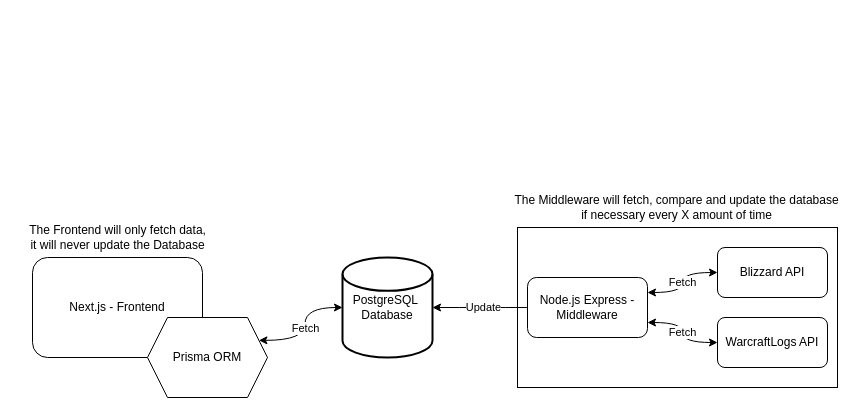
This is page "high-level-architecture" (1 of 2) of assets/diagrams.drawio from equix1/wow-info, a draw.io file, before an edit. Source tidied: cells renumbered, new cells numbered last; positions are measured from the earlier drawing's top-left corner, leaving out a move shared by most shapes. Both pictures are drawn from the tidied source at 100%, with x=0, y=0 at pixel (17, 187).
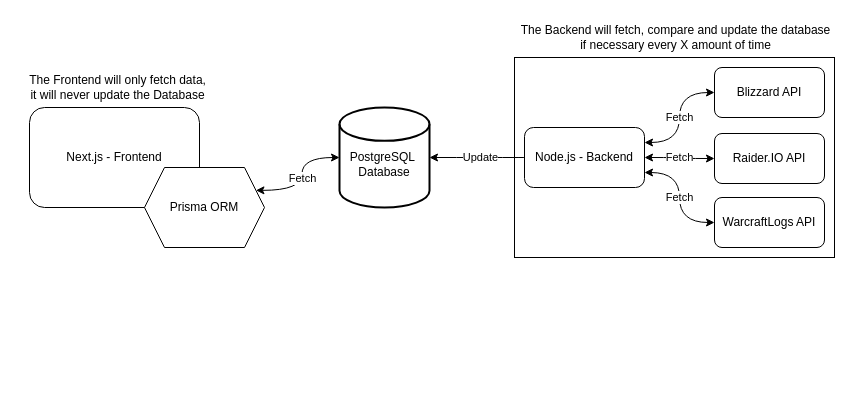
After the change.

The edit, as a diff of the source:
```diff
@@
 <mxGraphModel>
   <root>
     <mxCell id="0" />
     <mxCell id="1" parent="0" />
-    <mxCell id="2" value="PostgreSQL&amp;nbsp;&lt;br&gt;Database" style="strokeWidth=2;html=1;shape=mxgraph.flowchart.database;whiteSpace=wrap;" parent="1" vertex="1">
-      <mxGeometry x="325" y="70" width="90" height="100" as="geometry" />
+    <mxCell id="2" value="&lt;div&gt;&lt;br&gt;&lt;/div&gt;PostgreSQL&amp;nbsp;&lt;br&gt;Database" style="strokeWidth=2;html=1;shape=mxgraph.flowchart.database;whiteSpace=wrap;" parent="1" vertex="1">
+      <mxGeometry x="322" y="-80" width="90" height="100" as="geometry" />
     </mxCell>
     <mxCell id="3" value="Next.js - Frontend" style="rounded=1;whiteSpace=wrap;html=1;" parent="1" vertex="1">
-      <mxGeometry x="15" y="70" width="170" height="100" as="geometry" />
+      <mxGeometry x="12" y="-80" width="170" height="100" as="geometry" />
     </mxCell>
-    <mxCell id="4" style="rounded=0;whiteSpace=wrap;html=1;" parent="1" vertex="1">
-      <mxGeometry x="500" y="40" width="320" height="160" as="geometry" />
-    </mxCell>
+    <mxCell id="16" style="rounded=0;whiteSpace=wrap;html=1;" parent="1" vertex="1">
+      <mxGeometry x="497" y="-130" width="320" height="200" as="geometry" />
+    </mxCell>
-    <mxCell id="5" value="Fetch" style="edgeStyle=orthogonalEdgeStyle;rounded=0;jettySize=auto;html=1;exitX=1;exitY=0.25;exitDx=0;exitDy=0;entryX=0;entryY=0.5;entryDx=0;entryDy=0;curved=1;startArrow=classic;startFill=1;" parent="1" edge="1" source="7" target="8">
+    <mxCell id="5" value="Fetch" style="edgeStyle=orthogonalEdgeStyle;rounded=0;jettySize=auto;html=1;exitX=1;exitY=0.25;exitDx=0;exitDy=0;entryX=0;entryY=0.5;entryDx=0;entryDy=0;curved=1;startArrow=classic;startFill=1;" parent="1" edge="1" source="17" target="8">
       <mxGeometry relative="1" as="geometry" />
     </mxCell>
-    <mxCell id="6" value="Fetch" style="edgeStyle=orthogonalEdgeStyle;rounded=0;jettySize=auto;html=1;exitX=1;exitY=0.75;exitDx=0;exitDy=0;entryX=0;entryY=0.5;entryDx=0;entryDy=0;curved=1;startArrow=classic;startFill=1;" parent="1" edge="1" source="7" target="9">
+    <mxCell id="6" value="Fetch" style="edgeStyle=orthogonalEdgeStyle;rounded=0;jettySize=auto;html=1;exitX=1;exitY=0.75;exitDx=0;exitDy=0;entryX=0;entryY=0.5;entryDx=0;entryDy=0;curved=1;startArrow=classic;startFill=1;" parent="1" edge="1" source="17" target="9">
       <mxGeometry relative="1" as="geometry" />
     </mxCell>
-    <mxCell id="7" value="Node.js Express - Middleware" style="rounded=1;whiteSpace=wrap;html=1;" parent="1" vertex="1">
-      <mxGeometry x="510" y="90" width="120" height="60" as="geometry" />
-    </mxCell>
+    <mxCell id="17" value="Node.js - Backend" style="rounded=1;whiteSpace=wrap;html=1;" parent="1" vertex="1">
+      <mxGeometry x="507" y="-60" width="120" height="60" as="geometry" />
+    </mxCell>
     <mxCell id="8" value="Blizzard API" style="rounded=1;whiteSpace=wrap;html=1;" parent="1" vertex="1">
-      <mxGeometry x="700" y="60" width="110" height="50" as="geometry" />
+      <mxGeometry x="697" y="-120" width="110" height="50" as="geometry" />
     </mxCell>
     <mxCell id="9" value="WarcraftLogs API" style="rounded=1;whiteSpace=wrap;html=1;" parent="1" vertex="1">
-      <mxGeometry x="700" y="130" width="110" height="50" as="geometry" />
+      <mxGeometry x="697" y="10" width="110" height="50" as="geometry" />
     </mxCell>
-    <mxCell id="10" style="edgeStyle=orthogonalEdgeStyle;rounded=0;jettySize=auto;html=1;exitX=0;exitY=0.5;exitDx=0;exitDy=0;entryX=1;entryY=0.5;entryDx=0;entryDy=0;entryPerimeter=0;curved=1;" parent="1" edge="1" source="7" target="2">
-      <mxGeometry relative="1" as="geometry" />
-    </mxCell>
+    <mxCell id="18" style="edgeStyle=orthogonalEdgeStyle;rounded=0;jettySize=auto;html=1;exitX=0;exitY=0.5;exitDx=0;exitDy=0;entryX=1;entryY=0.5;entryDx=0;entryDy=0;entryPerimeter=0;curved=1;" parent="1" edge="1" source="17" target="2">
+      <mxGeometry relative="1" as="geometry" />
+    </mxCell>
-    <mxCell id="11" value="Update" style="edgeLabel;html=1;align=center;verticalAlign=middle;" parent="10" vertex="1">
+    <mxCell id="11" value="Update" style="edgeLabel;html=1;align=center;verticalAlign=middle;" parent="18" vertex="1">
       <mxGeometry x="-0.06" y="-1" relative="1" as="geometry" />
     </mxCell>
-    <mxCell id="12" value="The Middleware will fetch, compare and update the database &lt;br&gt;if necessary every X amount of time" style="text;html=1;align=center;verticalAlign=middle;strokeColor=none;fillColor=none;" parent="1" vertex="1">
-      <mxGeometry x="484" width="350" height="40" as="geometry" />
-    </mxCell>
+    <mxCell id="19" value="The Backend will fetch, compare and update the database &lt;br&gt;if necessary every X amount of time" style="text;html=1;align=center;verticalAlign=middle;strokeColor=none;fillColor=none;" parent="1" vertex="1">
+      <mxGeometry x="493" y="-170" width="330" height="40" as="geometry" />
+    </mxCell>
     <mxCell id="13" value="The Frontend will only fetch data, &lt;br&gt;it will never update the Database" style="text;html=1;align=center;verticalAlign=middle;strokeColor=none;fillColor=none;" parent="1" vertex="1">
-      <mxGeometry y="30" width="200" height="40" as="geometry" />
+      <mxGeometry y="-120" width="200" height="40" as="geometry" />
     </mxCell>
     <mxCell id="14" value="Fetch" style="edgeStyle=orthogonalEdgeStyle;rounded=0;jettySize=auto;html=1;exitX=1;exitY=0.25;exitDx=0;exitDy=0;entryX=0;entryY=0.5;entryDx=0;entryDy=0;entryPerimeter=0;curved=1;startArrow=classic;startFill=1;" parent="1" edge="1" source="15" target="2">
       <mxGeometry relative="1" as="geometry" />
     </mxCell>
     <mxCell id="15" value="Prisma ORM" style="shape=hexagon;perimeter=hexagonPerimeter2;whiteSpace=wrap;html=1;fixedSize=1;" parent="1" vertex="1">
-      <mxGeometry x="130" y="130" width="120" height="80" as="geometry" />
+      <mxGeometry x="127" y="-20" width="120" height="80" as="geometry" />
     </mxCell>
+    <mxCell id="20" value="Fetch" style="edgeStyle=orthogonalEdgeStyle;rounded=0;jettySize=auto;html=1;exitX=0;exitY=0.5;exitDx=0;exitDy=0;curved=1;startArrow=classic;startFill=1;" parent="1" edge="1" source="21" target="17">
+      <mxGeometry relative="1" as="geometry" />
+    </mxCell>
+    <mxCell id="21" value="Raider.IO API" style="rounded=1;whiteSpace=wrap;html=1;" parent="1" vertex="1">
+      <mxGeometry x="697" y="-54" width="110" height="50" as="geometry" />
+    </mxCell>
   </root>
 </mxGraphModel>
```
